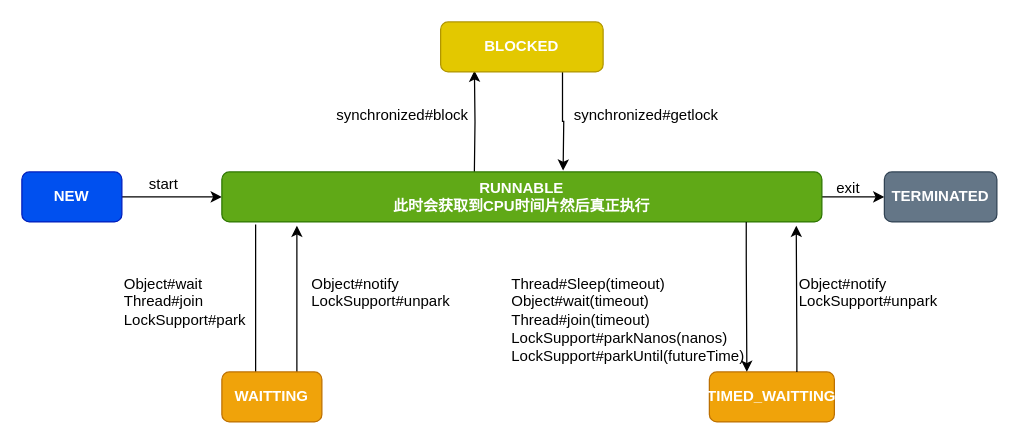
This is page "thread-jvm-state" (11 of 12) of java/lock/juc.drawio from time-sliders/note, a draw.io file, before an edit. Source tidied: cells renumbered, new cells numbered last; positions are measured from the earlier drawing's top-left corner, leaving out a move shared by most shapes. Both pictures are drawn from the tidied source at 125%, with x=0, y=0 at pixel (21, 21).
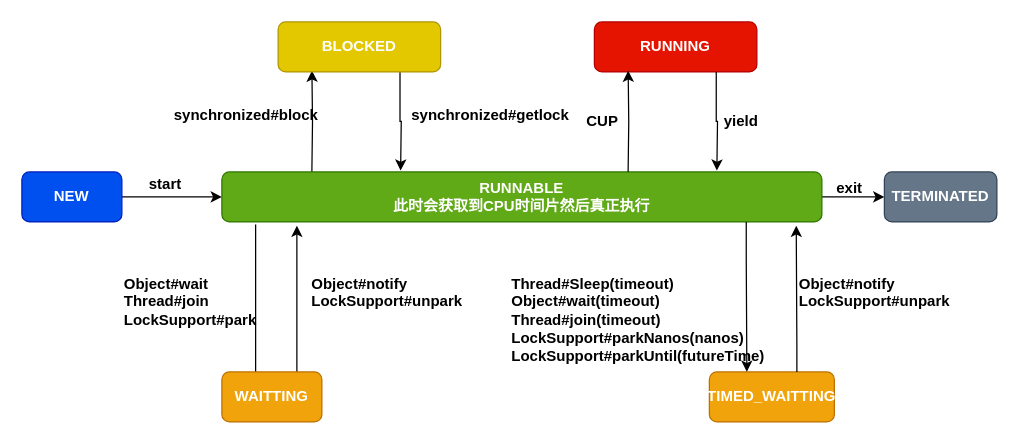
The same diagram, later.

The change refers to these unchanged cells:
```xml
<mxCell id="3" value="NEW" style="rounded=1;whiteSpace=wrap;html=1;fontStyle=1;fillColor=#0050ef;strokeColor=#001DBC;fontColor=#ffffff;" parent="1" vertex="1">
  <mxGeometry y="120" width="80" height="40" as="geometry" />
</mxCell>
<mxCell id="7" value="RUNNABLE&lt;br&gt;此时会获取到CPU时间片然后真正执行&lt;br&gt;" style="rounded=1;whiteSpace=wrap;html=1;fontStyle=1;fillColor=#60a917;strokeColor=#2D7600;fontColor=#ffffff;" parent="1" vertex="1">
  <mxGeometry x="160" y="120" width="480" height="40" as="geometry" />
</mxCell>
<mxCell id="12" value="WAITTING&lt;br&gt;" style="rounded=1;whiteSpace=wrap;html=1;fontStyle=1;fillColor=#f0a30a;strokeColor=#BD7000;fontColor=#ffffff;" parent="1" vertex="1">
  <mxGeometry x="160" y="280" width="80" height="40" as="geometry" />
</mxCell>
```

Diff of the diagram source:
```diff
@@
-    <mxCell id="2" style="edgeStyle=orthogonalEdgeStyle;rounded=0;jettySize=auto;html=1;" parent="1" edge="1" source="3" target="7">
+    <mxCell id="2" style="edgeStyle=orthogonalEdgeStyle;rounded=0;jettySize=auto;html=1;fontStyle=1;" parent="1" edge="1" source="3" target="7">
       <mxGeometry relative="1" as="geometry" />
     </mxCell>
@@
-    <mxCell id="4" style="edgeStyle=orthogonalEdgeStyle;rounded=0;orthogonalLoop=1;jettySize=auto;html=1;" parent="1" edge="1">
+    <mxCell id="4" style="edgeStyle=orthogonalEdgeStyle;rounded=0;orthogonalLoop=1;jettySize=auto;html=1;fontStyle=1;" parent="1" edge="1">
       <mxGeometry relative="1" as="geometry">
         <mxPoint x="187" y="162" as="sourcePoint" />
         <mxPoint x="187" y="299" as="targetPoint" />
       </mxGeometry>
     </mxCell>
-    <mxCell id="5" style="edgeStyle=orthogonalEdgeStyle;rounded=0;jettySize=auto;html=1;" parent="1" edge="1" source="7" target="10">
+    <mxCell id="5" style="edgeStyle=orthogonalEdgeStyle;rounded=0;jettySize=auto;html=1;fontStyle=1;" parent="1" edge="1" source="7" target="10">
       <mxGeometry relative="1" as="geometry" />
     </mxCell>
-    <mxCell id="6" style="edgeStyle=orthogonalEdgeStyle;rounded=0;jettySize=auto;html=1;entryX=0.208;entryY=0.975;entryDx=0;entryDy=0;exitX=0.5;exitY=0;exitDx=0;exitDy=0;entryPerimeter=0;" parent="1" edge="1" target="9">
+    <mxCell id="6" style="edgeStyle=orthogonalEdgeStyle;rounded=0;jettySize=auto;html=1;entryX=0.208;entryY=0.975;entryDx=0;entryDy=0;exitX=0.5;exitY=0;exitDx=0;exitDy=0;entryPerimeter=0;fontStyle=1;" parent="1" edge="1" target="9">
       <mxGeometry relative="1" as="geometry">
-        <mxPoint x="362" y="120" as="sourcePoint" />
+        <mxPoint x="232" y="120" as="sourcePoint" />
       </mxGeometry>
     </mxCell>
@@
-    <mxCell id="8" style="edgeStyle=orthogonalEdgeStyle;rounded=0;jettySize=auto;html=1;exitX=0.75;exitY=1;exitDx=0;exitDy=0;" parent="1" edge="1" source="9">
+    <mxCell id="8" style="edgeStyle=orthogonalEdgeStyle;rounded=0;jettySize=auto;html=1;exitX=0.75;exitY=1;exitDx=0;exitDy=0;fontStyle=1;" parent="1" edge="1" source="9">
       <mxGeometry relative="1" as="geometry">
-        <mxPoint x="433" y="119" as="targetPoint" />
+        <mxPoint x="303" y="119" as="targetPoint" />
       </mxGeometry>
     </mxCell>
     <mxCell id="9" value="BLOCKED" style="rounded=1;whiteSpace=wrap;html=1;fontStyle=1;fillColor=#e3c800;strokeColor=#B09500;fontColor=#ffffff;" parent="1" vertex="1">
-      <mxGeometry x="335" width="130" height="40" as="geometry" />
+      <mxGeometry x="205" width="130" height="40" as="geometry" />
     </mxCell>
-    <mxCell id="10" value="&lt;strong&gt;&lt;span&gt;TERMINATED&lt;/span&gt;&lt;/strong&gt;" style="rounded=1;whiteSpace=wrap;html=1;fillColor=#647687;strokeColor=#314354;fontColor=#ffffff;" parent="1" vertex="1">
+    <mxCell id="10" value="&lt;strong&gt;&lt;span&gt;TERMINATED&lt;/span&gt;&lt;/strong&gt;" style="rounded=1;whiteSpace=wrap;html=1;fillColor=#647687;strokeColor=#314354;fontColor=#ffffff;fontStyle=1;" parent="1" vertex="1">
       <mxGeometry x="690" y="120" width="90" height="40" as="geometry" />
     </mxCell>
-    <mxCell id="11" style="edgeStyle=orthogonalEdgeStyle;rounded=0;jettySize=auto;html=1;exitX=0.75;exitY=0;exitDx=0;exitDy=0;" parent="1" edge="1" source="12">
+    <mxCell id="11" style="edgeStyle=orthogonalEdgeStyle;rounded=0;jettySize=auto;html=1;exitX=0.75;exitY=0;exitDx=0;exitDy=0;fontStyle=1;" parent="1" edge="1" source="12">
       <mxGeometry relative="1" as="geometry">
         <mxPoint x="220" y="163" as="targetPoint" />
       </mxGeometry>
     </mxCell>
@@
-    <mxCell id="13" value="Object#wait&lt;br&gt;Thread#join&lt;br&gt;LockSupport#park&lt;br&gt;&lt;br&gt;" style="text;html=1;align=left;verticalAlign=top;spacingTop=-4;" parent="1" vertex="1">
+    <mxCell id="13" value="Object#wait&lt;br&gt;Thread#join&lt;br&gt;LockSupport#park&lt;br&gt;&lt;br&gt;" style="text;html=1;align=left;verticalAlign=top;spacingTop=-4;fontStyle=1;" parent="1" vertex="1">
       <mxGeometry x="80" y="200" width="110" height="60" as="geometry" />
     </mxCell>
-    <mxCell id="14" value="Object#notify&lt;br&gt;LockSupport#unpark&lt;br&gt;" style="text;html=1;align=left;verticalAlign=top;spacingTop=-4;" parent="1" vertex="1">
+    <mxCell id="14" value="Object#notify&lt;br&gt;LockSupport#unpark&lt;br&gt;" style="text;html=1;align=left;verticalAlign=top;spacingTop=-4;fontStyle=1;" parent="1" vertex="1">
       <mxGeometry x="230" y="200" width="130" height="30" as="geometry" />
     </mxCell>
@@
-    <mxCell id="16" style="edgeStyle=orthogonalEdgeStyle;rounded=0;orthogonalLoop=1;jettySize=auto;html=1;exitX=0.054;exitY=1;exitDx=0;exitDy=0;exitPerimeter=0;" parent="1" edge="1">
+    <mxCell id="16" style="edgeStyle=orthogonalEdgeStyle;rounded=0;orthogonalLoop=1;jettySize=auto;html=1;exitX=0.054;exitY=1;exitDx=0;exitDy=0;exitPerimeter=0;fontStyle=1;" parent="1" edge="1">
       <mxGeometry relative="1" as="geometry">
         <mxPoint x="579.5" y="160" as="sourcePoint" />
         <mxPoint x="580" y="280" as="targetPoint" />
         <Array as="points">
           <mxPoint x="580" y="190" />
           <mxPoint x="580" y="190" />
         </Array>
       </mxGeometry>
     </mxCell>
-    <mxCell id="17" style="edgeStyle=orthogonalEdgeStyle;rounded=0;orthogonalLoop=1;jettySize=auto;html=1;" parent="1" edge="1">
+    <mxCell id="17" style="edgeStyle=orthogonalEdgeStyle;rounded=0;orthogonalLoop=1;jettySize=auto;html=1;fontStyle=1;" parent="1" edge="1">
       <mxGeometry relative="1" as="geometry">
         <mxPoint x="620" y="280" as="sourcePoint" />
         <mxPoint x="619.5" y="163" as="targetPoint" />
         <Array as="points">
           <mxPoint x="620" y="260" />
           <mxPoint x="620" y="260" />
         </Array>
       </mxGeometry>
     </mxCell>
-    <mxCell id="18" value="Thread#Sleep(timeout)&lt;br&gt;Object#wait(&lt;span&gt;timeout&lt;/span&gt;)&lt;br&gt;Thread#join(timeout)&lt;br&gt;LockSupport#parkNanos(nanos)&lt;br&gt;LockSupport#parkUntil(futureTime)&lt;br&gt;" style="text;html=1;align=left;verticalAlign=top;spacingTop=-4;" parent="1" vertex="1">
+    <mxCell id="18" value="Thread#Sleep(timeout)&lt;br&gt;Object#wait(&lt;span&gt;timeout&lt;/span&gt;)&lt;br&gt;Thread#join(timeout)&lt;br&gt;LockSupport#parkNanos(nanos)&lt;br&gt;LockSupport#parkUntil(futureTime)&lt;br&gt;" style="text;html=1;align=left;verticalAlign=top;spacingTop=-4;fontStyle=1;" parent="1" vertex="1">
       <mxGeometry x="390" y="200" width="200" height="70" as="geometry" />
     </mxCell>
-    <mxCell id="19" value="Object#notify&lt;br&gt;LockSupport#unpark&lt;br&gt;" style="text;html=1;align=left;verticalAlign=top;spacingTop=-4;" parent="1" vertex="1">
+    <mxCell id="19" value="Object#notify&lt;br&gt;LockSupport#unpark&lt;br&gt;" style="text;html=1;align=left;verticalAlign=top;spacingTop=-4;fontStyle=1;" parent="1" vertex="1">
       <mxGeometry x="620" y="200" width="130" height="30" as="geometry" />
     </mxCell>
-    <mxCell id="20" value="synchronized#block" style="text;html=1;align=left;verticalAlign=top;spacingTop=-4;" parent="1" vertex="1">
-      <mxGeometry x="250" y="65" width="120" height="20" as="geometry" />
+    <mxCell id="20" value="synchronized#block" style="text;html=1;align=left;verticalAlign=top;spacingTop=-4;fontStyle=1;" parent="1" vertex="1">
+      <mxGeometry x="120" y="65" width="120" height="20" as="geometry" />
     </mxCell>
-    <mxCell id="21" value="synchronized#getlock" style="text;html=1;align=left;verticalAlign=top;spacingTop=-4;" parent="1" vertex="1">
-      <mxGeometry x="440" y="65" width="130" height="20" as="geometry" />
+    <mxCell id="21" value="synchronized#getlock" style="text;html=1;align=left;verticalAlign=top;spacingTop=-4;fontStyle=1;" parent="1" vertex="1">
+      <mxGeometry x="310" y="65" width="130" height="20" as="geometry" />
     </mxCell>
-    <mxCell id="22" value="exit" style="text;html=1;align=left;verticalAlign=top;spacingTop=-4;" parent="1" vertex="1">
+    <mxCell id="22" value="exit" style="text;html=1;align=left;verticalAlign=top;spacingTop=-4;fontStyle=1;" parent="1" vertex="1">
       <mxGeometry x="650" y="123" width="30" height="20" as="geometry" />
     </mxCell>
-    <mxCell id="23" value="start" style="text;html=1;align=left;verticalAlign=top;spacingTop=-4;" parent="1" vertex="1">
+    <mxCell id="23" value="start" style="text;html=1;align=left;verticalAlign=top;spacingTop=-4;fontStyle=1;" parent="1" vertex="1">
       <mxGeometry x="100" y="120" width="40" height="20" as="geometry" />
     </mxCell>
+    <mxCell id="24" value="RUNNING" style="rounded=1;whiteSpace=wrap;html=1;fontStyle=1;fillColor=#e51400;strokeColor=#B20000;fontColor=#ffffff;" parent="1" vertex="1">
+      <mxGeometry x="458" width="130" height="40" as="geometry" />
+    </mxCell>
+    <mxCell id="25" style="edgeStyle=orthogonalEdgeStyle;rounded=0;jettySize=auto;html=1;exitX=0.75;exitY=1;exitDx=0;exitDy=0;fontStyle=1;" parent="1" edge="1" source="24">
+      <mxGeometry relative="1" as="geometry">
+        <mxPoint x="556" y="119" as="targetPoint" />
+      </mxGeometry>
+    </mxCell>
+    <mxCell id="26" style="edgeStyle=orthogonalEdgeStyle;rounded=0;jettySize=auto;html=1;entryX=0.208;entryY=0.975;entryDx=0;entryDy=0;exitX=0.5;exitY=0;exitDx=0;exitDy=0;entryPerimeter=0;fontStyle=1;" parent="1" edge="1" target="24">
+      <mxGeometry relative="1" as="geometry">
+        <mxPoint x="485" y="120" as="sourcePoint" />
+      </mxGeometry>
+    </mxCell>
+    <mxCell id="27" value="yield&lt;br&gt;" style="text;html=1;align=left;verticalAlign=top;spacingTop=-4;fontStyle=1;" parent="1" vertex="1">
+      <mxGeometry x="560" y="70" width="40" height="20" as="geometry" />
+    </mxCell>
+    <mxCell id="28" value="CUP" style="text;html=1;align=left;verticalAlign=top;spacingTop=-4;fontStyle=1;" parent="1" vertex="1">
+      <mxGeometry x="450" y="70" width="40" height="20" as="geometry" />
+    </mxCell>
```
